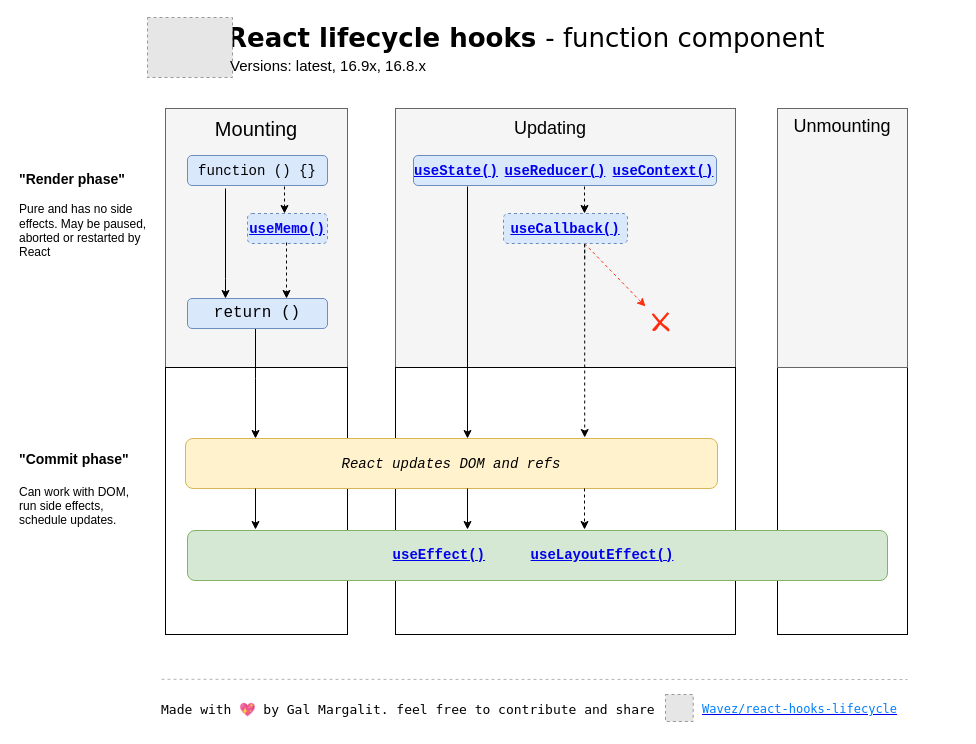
The draw.io diagram Untitled Diagram.drawio in Wavez/react-hooks-lifecycle, before the edit. Source tidied: cells renumbered, new cells numbered last; positions are measured from the earlier drawing's top-left corner, leaving out a move shared by most shapes. Both pictures are drawn from the tidied source at 100%, with x=0, y=0 at pixel (17, 17). Pictures stored in the file or linked from it are replaced by grey dashed boxes.
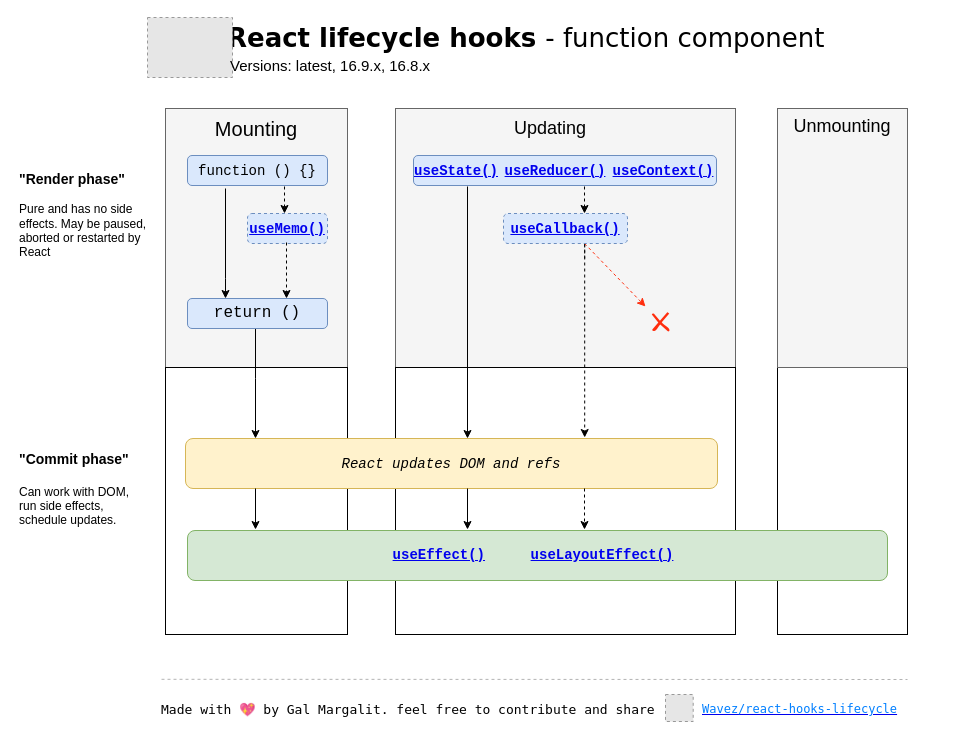
The same diagram, later.

The edit, as a diff of the source:
```diff
@@
-    <mxCell id="39" value="Versions: latest, 16.9x, 16.8.x" style="text;html=1;align=left;verticalAlign=top;spacingTop=-4;fontSize=15;" parent="1" vertex="1">
-      <mxGeometry x="211" y="36.5" width="210" height="20" as="geometry" />
+    <mxCell id="39" value="Versions: latest, 16.9.x, 16.8.x" style="text;html=1;align=left;verticalAlign=top;spacingTop=-4;fontSize=15;" parent="1" vertex="1">
+      <mxGeometry x="211" y="36.5" width="220" height="20" as="geometry" />
     </mxCell>
```
